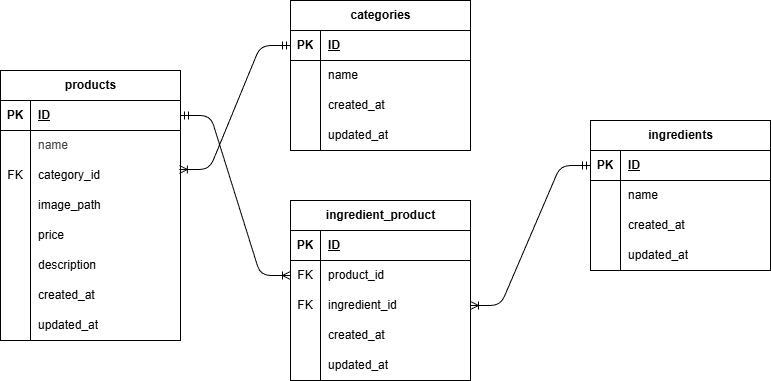
sazenshinji/lib-04-ordinary2 keeps this draw.io diagram as ER.drawio.png. Above is the earlier version. Source tidied: cells renumbered, new cells last; positions are measured from the earlier drawing's top-left corner, leaving out a move shared by most shapes.
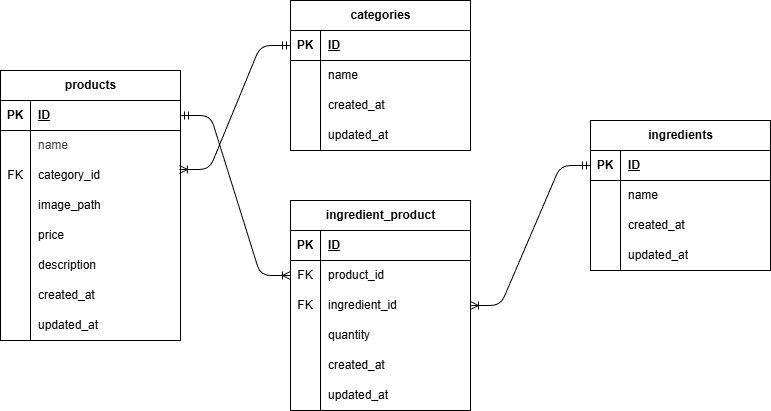
Above is the later version.

The edit, as a diff of the source:
```diff
@@ -159,7 +159,7 @@
       <mxGeometry x="30" width="150" height="30" as="geometry" />
     </mxCell>
     <mxCell id="54" value="&lt;span style=&quot;color: rgb(0, 0, 0);&quot;&gt;ingredient_product&lt;/span&gt;" style="shape=table;startSize=30;rowLines=0;fontStyle=1;align=center;html=1;" parent="1" vertex="1">
-      <mxGeometry x="290" y="200" width="180" height="180" as="geometry" />
+      <mxGeometry x="290" y="200" width="180" height="210" as="geometry" />
     </mxCell>
     <mxCell id="55" style="shape=tableRow;horizontal=0;startSize=0;swimlaneHead=0;swimlaneBody=0;fillColor=none;top=0;left=0;right=0;bottom=1;" parent="54" vertex="1">
       <mxGeometry y="30" width="180" height="30" as="geometry" />
@@ -188,8 +188,17 @@
     <mxCell id="63" value="ingredient_id" style="shape=partialRectangle;fillColor=none;top=0;left=0;bottom=0;right=0;align=left;spacingLeft=6;overflow=hidden;whiteSpace=wrap;html=1;" parent="61" vertex="1">
       <mxGeometry x="30" width="150" height="30" as="geometry" />
     </mxCell>
+    <mxCell id="72" style="shape=tableRow;horizontal=0;startSize=0;swimlaneHead=0;swimlaneBody=0;fillColor=none;top=0;left=0;right=0;bottom=0;" parent="54" vertex="1">
+      <mxGeometry y="120" width="180" height="30" as="geometry" />
+    </mxCell>
+    <mxCell id="73" style="shape=partialRectangle;fillColor=none;top=0;left=0;bottom=0;right=0;overflow=hidden;whiteSpace=wrap;html=1;" parent="72" vertex="1">
+      <mxGeometry width="30" height="30" as="geometry" />
+    </mxCell>
+    <mxCell id="74" style="shape=partialRectangle;fillColor=none;top=0;left=0;bottom=0;right=0;align=left;spacingLeft=6;overflow=hidden;whiteSpace=wrap;html=1;" parent="72" vertex="1">
+      <mxGeometry x="30" width="150" height="30" as="geometry" />
+    </mxCell>
     <mxCell id="64" style="shape=tableRow;horizontal=0;startSize=0;swimlaneHead=0;swimlaneBody=0;fillColor=none;top=0;left=0;right=0;bottom=0;" parent="54" vertex="1">
-      <mxGeometry y="120" width="180" height="30" as="geometry" />
+      <mxGeometry y="150" width="180" height="30" as="geometry" />
     </mxCell>
     <mxCell id="65" style="shape=partialRectangle;fillColor=none;top=0;left=0;bottom=0;right=0;overflow=hidden;whiteSpace=wrap;html=1;" parent="64" vertex="1">
       <mxGeometry width="30" height="30" as="geometry" />
@@ -198,7 +207,7 @@
       <mxGeometry x="30" width="150" height="30" as="geometry" />
     </mxCell>
     <mxCell id="67" style="shape=tableRow;horizontal=0;startSize=0;swimlaneHead=0;swimlaneBody=0;fillColor=none;top=0;left=0;right=0;bottom=0;" parent="54" vertex="1">
-      <mxGeometry y="150" width="180" height="30" as="geometry" />
+      <mxGeometry y="180" width="180" height="30" as="geometry" />
     </mxCell>
     <mxCell id="68" style="shape=partialRectangle;fillColor=none;top=0;left=0;bottom=0;right=0;overflow=hidden;whiteSpace=wrap;html=1;" parent="67" vertex="1">
       <mxGeometry width="30" height="30" as="geometry" />
@@ -216,5 +225,8 @@
         </Array>
       </mxGeometry>
     </mxCell>
+    <mxCell id="75" value="quantity" style="shape=partialRectangle;fillColor=none;top=0;left=0;bottom=0;right=0;align=left;spacingLeft=6;overflow=hidden;whiteSpace=wrap;html=1;" parent="1" vertex="1">
+      <mxGeometry x="320" y="320" width="150" height="30" as="geometry" />
+    </mxCell>
   </root>
 </mxGraphModel>
```
